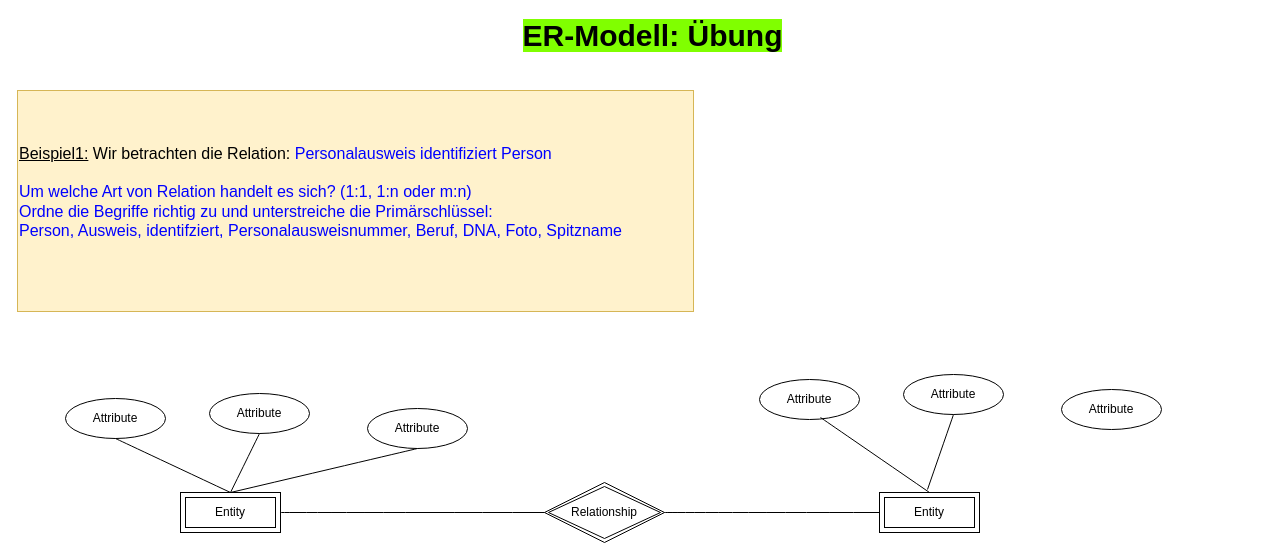
AlteMelberten/DRAWIO keeps this draw.io diagram as page "Bsp1_Person_Ausweis" (1 of 4) of ER-Modell_Beispiele.drawio. Above is the earlier version. Source tidied: cells renumbered, new cells numbered last; positions are measured from the earlier drawing's top-left corner, leaving out a move shared by most shapes. Both pictures are drawn from the tidied source at 100%, with x=0, y=0 at pixel (17, 20).
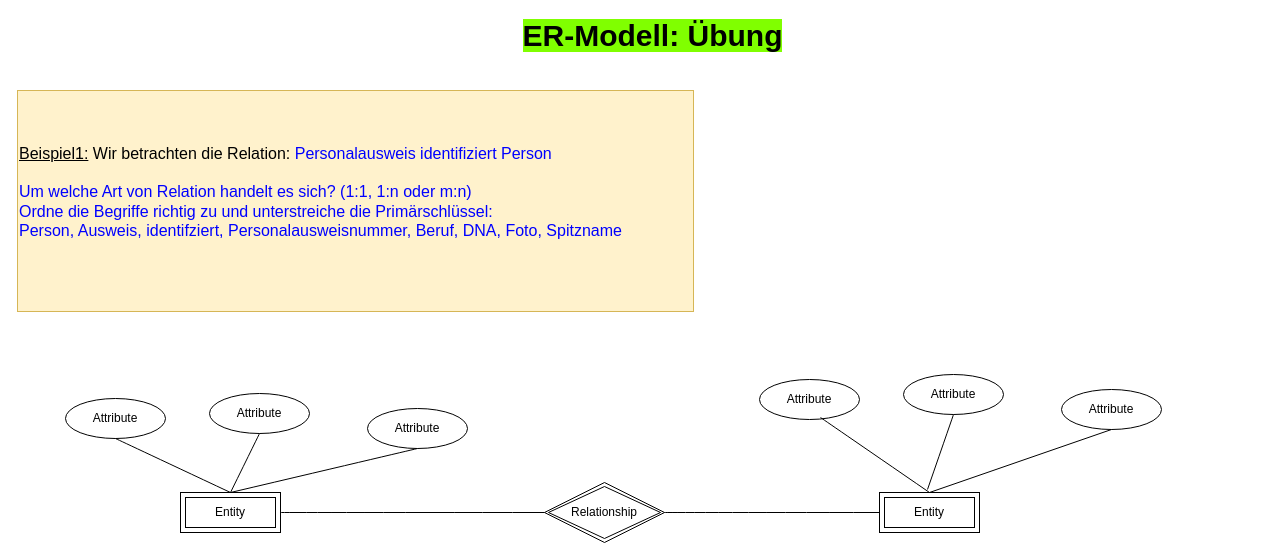
The same diagram, later.

Unchanged cells that the change refers to:
```xml
<mxCell id="6" value="Entity" style="shape=ext;margin=3;double=1;whiteSpace=wrap;html=1;align=center;" parent="1" vertex="1">
  <mxGeometry x="862" y="472" width="100" height="40" as="geometry" />
</mxCell>
<mxCell id="12" value="Attribute" style="ellipse;whiteSpace=wrap;html=1;align=center;" parent="1" vertex="1">
  <mxGeometry x="1044" y="369" width="100" height="40" as="geometry" />
</mxCell>
```

What changed in the source:
```diff
@@
+    <mxCell id="20" style="endArrow=none;html=1;rounded=0;exitX=0.5;exitY=0;exitDx=0;exitDy=0;entryX=0.5;entryY=1;entryDx=0;entryDy=0;" parent="1" edge="1" source="6" target="12">
+      <mxGeometry relative="1" as="geometry" />
+    </mxCell>
```
